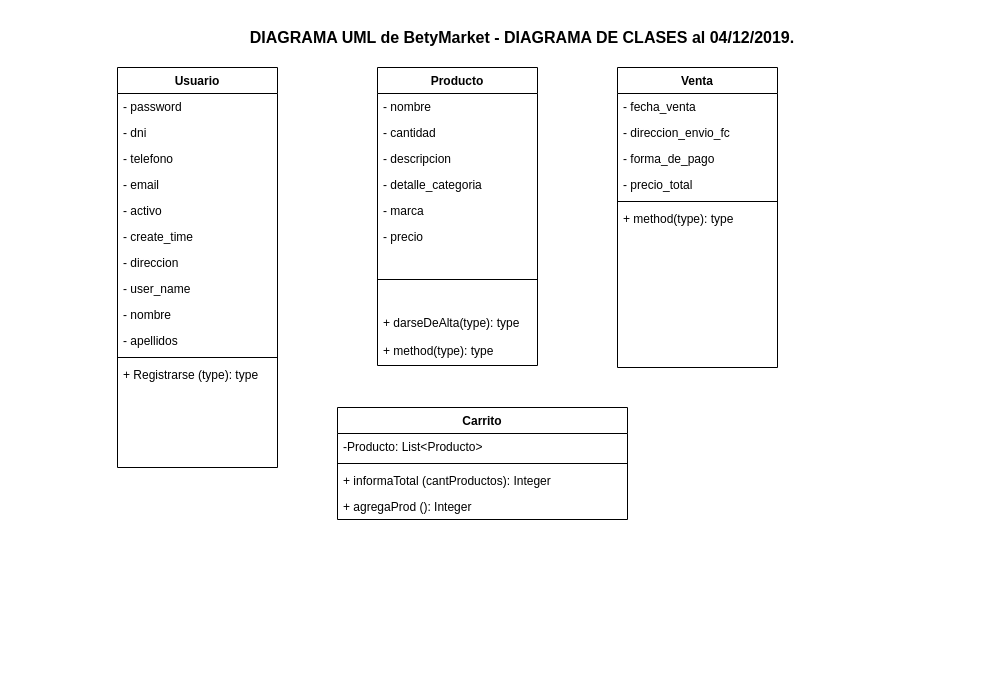
Earlier version of the draw.io diagram Diagrama UML BetyMarket.drawio (Neri23/BetyMarketJava). Source tidied: cells renumbered, new cells numbered last; positions are measured from the earlier drawing's top-left corner, leaving out a move shared by most shapes. Both pictures are drawn from the tidied source at 100%, with x=0, y=0 at pixel (117, 17).
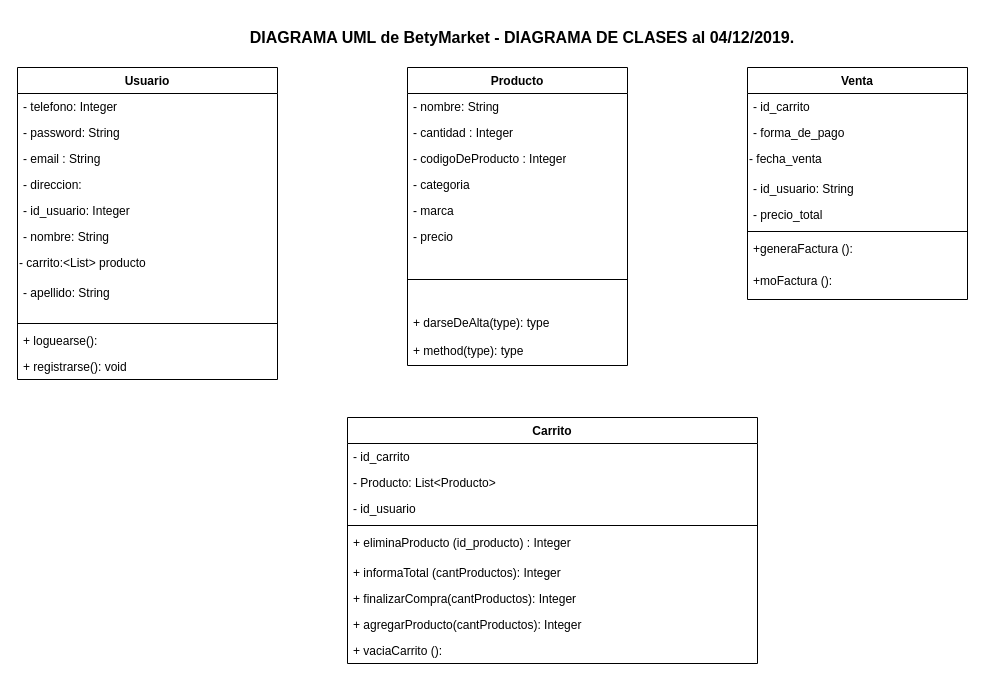
Above is the later version.

Change to the diagram source:
```diff
@@
     <mxCell id="3" value="Usuario" style="swimlane;fontStyle=1;align=center;verticalAlign=top;horizontal=1;startSize=26;" parent="1" vertex="1">
-      <mxGeometry y="50" width="160" height="400" as="geometry" />
+      <mxGeometry x="-100" y="50" width="260" height="312" as="geometry" />
     </mxCell>
+    <mxCell id="6" value="- telefono: Integer" style="text;html=1;strokeColor=none;fillColor=none;align=left;verticalAlign=top;spacingLeft=4;spacingRight=4;whiteSpace=wrap;overflow=hidden;" parent="3" vertex="1">
+      <mxGeometry y="26" width="260" height="26" as="geometry" />
+    </mxCell>
-    <mxCell id="4" value="- password" style="text;html=1;strokeColor=none;fillColor=none;align=left;verticalAlign=top;spacingLeft=4;spacingRight=4;whiteSpace=wrap;overflow=hidden;" parent="3" vertex="1">
-      <mxGeometry y="26" width="160" height="26" as="geometry" />
+    <mxCell id="4" value="- password: String" style="text;html=1;strokeColor=none;fillColor=none;align=left;verticalAlign=top;spacingLeft=4;spacingRight=4;whiteSpace=wrap;overflow=hidden;" parent="3" vertex="1">
+      <mxGeometry y="52" width="260" height="26" as="geometry" />
     </mxCell>
-    <mxCell id="5" value="- dni" style="text;html=1;strokeColor=none;fillColor=none;align=left;verticalAlign=top;spacingLeft=4;spacingRight=4;whiteSpace=wrap;overflow=hidden;" parent="3" vertex="1">
-      <mxGeometry y="52" width="160" height="26" as="geometry" />
-    </mxCell>
-    <mxCell id="6" value="- telefono" style="text;html=1;strokeColor=none;fillColor=none;align=left;verticalAlign=top;spacingLeft=4;spacingRight=4;whiteSpace=wrap;overflow=hidden;" parent="3" vertex="1">
-      <mxGeometry y="78" width="160" height="26" as="geometry" />
-    </mxCell>
-    <mxCell id="7" value="- email" style="text;html=1;strokeColor=none;fillColor=none;align=left;verticalAlign=top;spacingLeft=4;spacingRight=4;whiteSpace=wrap;overflow=hidden;" parent="3" vertex="1">
-      <mxGeometry y="104" width="160" height="26" as="geometry" />
+    <mxCell id="7" value="- email : String" style="text;html=1;strokeColor=none;fillColor=none;align=left;verticalAlign=top;spacingLeft=4;spacingRight=4;whiteSpace=wrap;overflow=hidden;" parent="3" vertex="1">
+      <mxGeometry y="78" width="260" height="26" as="geometry" />
     </mxCell>
-    <mxCell id="8" value="- activo" style="text;html=1;strokeColor=none;fillColor=none;align=left;verticalAlign=top;spacingLeft=4;spacingRight=4;whiteSpace=wrap;overflow=hidden;" parent="3" vertex="1">
-      <mxGeometry y="130" width="160" height="26" as="geometry" />
-    </mxCell>
-    <mxCell id="9" value="- create_time" style="text;html=1;strokeColor=none;fillColor=none;align=left;verticalAlign=top;spacingLeft=4;spacingRight=4;whiteSpace=wrap;overflow=hidden;" parent="3" vertex="1">
-      <mxGeometry y="156" width="160" height="26" as="geometry" />
-    </mxCell>
-    <mxCell id="10" value="- direccion" style="text;html=1;strokeColor=none;fillColor=none;align=left;verticalAlign=top;spacingLeft=4;spacingRight=4;whiteSpace=wrap;overflow=hidden;" parent="3" vertex="1">
-      <mxGeometry y="182" width="160" height="26" as="geometry" />
+    <mxCell id="10" value="- direccion:&amp;nbsp;" style="text;html=1;strokeColor=none;fillColor=none;align=left;verticalAlign=top;spacingLeft=4;spacingRight=4;whiteSpace=wrap;overflow=hidden;" parent="3" vertex="1">
+      <mxGeometry y="104" width="260" height="26" as="geometry" />
     </mxCell>
-    <mxCell id="11" value="- user_name" style="text;html=1;strokeColor=none;fillColor=none;align=left;verticalAlign=top;spacingLeft=4;spacingRight=4;whiteSpace=wrap;overflow=hidden;" parent="3" vertex="1">
-      <mxGeometry y="208" width="160" height="26" as="geometry" />
+    <mxCell id="11" value="- id_usuario: Integer" style="text;html=1;strokeColor=none;fillColor=none;align=left;verticalAlign=top;spacingLeft=4;spacingRight=4;whiteSpace=wrap;overflow=hidden;" parent="3" vertex="1">
+      <mxGeometry y="130" width="260" height="26" as="geometry" />
     </mxCell>
-    <mxCell id="12" value="- nombre" style="text;html=1;strokeColor=none;fillColor=none;align=left;verticalAlign=top;spacingLeft=4;spacingRight=4;whiteSpace=wrap;overflow=hidden;" parent="3" vertex="1">
-      <mxGeometry y="234" width="160" height="26" as="geometry" />
+    <mxCell id="12" value="- nombre: String" style="text;html=1;strokeColor=none;fillColor=none;align=left;verticalAlign=top;spacingLeft=4;spacingRight=4;whiteSpace=wrap;overflow=hidden;" parent="3" vertex="1">
+      <mxGeometry y="156" width="260" height="26" as="geometry" />
     </mxCell>
+    <mxCell id="38" value="- carrito:&amp;lt;List&amp;gt; producto" style="text;html=1;" parent="3" vertex="1">
+      <mxGeometry y="182" width="260" height="30" as="geometry" />
+    </mxCell>
-    <mxCell id="13" value="- apellidos" style="text;html=1;strokeColor=none;fillColor=none;align=left;verticalAlign=top;spacingLeft=4;spacingRight=4;whiteSpace=wrap;overflow=hidden;" parent="3" vertex="1">
-      <mxGeometry y="260" width="160" height="26" as="geometry" />
+    <mxCell id="13" value="- apellido: String&lt;br&gt;" style="text;html=1;strokeColor=none;fillColor=none;align=left;verticalAlign=top;spacingLeft=4;spacingRight=4;whiteSpace=wrap;overflow=hidden;" parent="3" vertex="1">
+      <mxGeometry y="212" width="260" height="40" as="geometry" />
     </mxCell>
     <mxCell id="14" style="line;strokeWidth=1;fillColor=none;align=left;verticalAlign=middle;spacingTop=-1;spacingLeft=3;spacingRight=3;labelPosition=right;" parent="3" vertex="1">
-      <mxGeometry y="286" width="160" height="8" as="geometry" />
+      <mxGeometry y="252" width="260" height="8" as="geometry" />
     </mxCell>
-    <mxCell id="15" value="+ Registrarse (type): type" style="text;strokeColor=none;fillColor=none;align=left;verticalAlign=top;spacingLeft=4;spacingRight=4;overflow=hidden;" parent="3" vertex="1">
-      <mxGeometry y="294" width="160" height="106" as="geometry" />
-    </mxCell>
+    <mxCell id="39" value="+ loguearse():" style="text;html=1;strokeColor=none;fillColor=none;align=left;verticalAlign=top;spacingLeft=4;spacingRight=4;whiteSpace=wrap;overflow=hidden;" parent="3" vertex="1">
+      <mxGeometry y="260" width="260" height="26" as="geometry" />
+    </mxCell>
+    <mxCell id="40" value="+ registrarse(): void" style="text;html=1;strokeColor=none;fillColor=none;align=left;verticalAlign=top;spacingLeft=4;spacingRight=4;whiteSpace=wrap;overflow=hidden;" parent="3" vertex="1">
+      <mxGeometry y="286" width="260" height="26" as="geometry" />
+    </mxCell>
     <mxCell id="16" value="Venta" style="swimlane;fontStyle=1;align=center;verticalAlign=top;horizontal=1;startSize=26;" parent="1" vertex="1">
-      <mxGeometry x="500" y="50" width="160" height="300" as="geometry" />
+      <mxGeometry x="630" y="50" width="220" height="232" as="geometry" />
     </mxCell>
-    <mxCell id="17" value="- fecha_venta" style="text;html=1;strokeColor=none;fillColor=none;align=left;verticalAlign=top;spacingLeft=4;spacingRight=4;whiteSpace=wrap;overflow=hidden;" parent="16" vertex="1">
-      <mxGeometry y="26" width="160" height="26" as="geometry" />
+    <mxCell id="17" value="- id_carrito" style="text;html=1;strokeColor=none;fillColor=none;align=left;verticalAlign=top;spacingLeft=4;spacingRight=4;whiteSpace=wrap;overflow=hidden;" parent="16" vertex="1">
+      <mxGeometry y="26" width="220" height="26" as="geometry" />
     </mxCell>
-    <mxCell id="18" value="- direccion_envio_fc" style="text;html=1;strokeColor=none;fillColor=none;align=left;verticalAlign=top;spacingLeft=4;spacingRight=4;whiteSpace=wrap;overflow=hidden;" parent="16" vertex="1">
-      <mxGeometry y="52" width="160" height="26" as="geometry" />
-    </mxCell>
     <mxCell id="19" value="- forma_de_pago" style="text;html=1;strokeColor=none;fillColor=none;align=left;verticalAlign=top;spacingLeft=4;spacingRight=4;whiteSpace=wrap;overflow=hidden;" parent="16" vertex="1">
-      <mxGeometry y="78" width="160" height="26" as="geometry" />
+      <mxGeometry y="52" width="220" height="26" as="geometry" />
     </mxCell>
+    <mxCell id="41" value="- fecha_venta" style="text;html=1;" parent="16" vertex="1">
+      <mxGeometry y="78" width="220" height="30" as="geometry" />
+    </mxCell>
+    <mxCell id="42" value="- id_usuario: String" style="text;html=1;strokeColor=none;fillColor=none;align=left;verticalAlign=top;spacingLeft=4;spacingRight=4;whiteSpace=wrap;overflow=hidden;" parent="16" vertex="1">
+      <mxGeometry y="108" width="220" height="26" as="geometry" />
+    </mxCell>
     <mxCell id="20" value="- precio_total" style="text;html=1;strokeColor=none;fillColor=none;align=left;verticalAlign=top;spacingLeft=4;spacingRight=4;whiteSpace=wrap;overflow=hidden;" parent="16" vertex="1">
-      <mxGeometry y="104" width="160" height="26" as="geometry" />
+      <mxGeometry y="134" width="220" height="26" as="geometry" />
     </mxCell>
     <mxCell id="21" style="line;strokeWidth=1;fillColor=none;align=left;verticalAlign=middle;spacingTop=-1;spacingLeft=3;spacingRight=3;labelPosition=right;" parent="16" vertex="1">
-      <mxGeometry y="130" width="160" height="8" as="geometry" />
+      <mxGeometry y="160" width="220" height="8" as="geometry" />
     </mxCell>
-    <mxCell id="22" value="+ method(type): type" style="text;strokeColor=none;fillColor=none;align=left;verticalAlign=top;spacingLeft=4;spacingRight=4;overflow=hidden;" parent="16" vertex="1">
-      <mxGeometry y="138" width="160" height="162" as="geometry" />
+    <mxCell id="22" value="+generaFactura (): " style="text;strokeColor=none;fillColor=none;align=left;verticalAlign=top;spacingLeft=4;spacingRight=4;overflow=hidden;" parent="16" vertex="1">
+      <mxGeometry y="168" width="220" height="32" as="geometry" />
     </mxCell>
+    <mxCell id="43" value="+moFactura (): " style="text;strokeColor=none;fillColor=none;align=left;verticalAlign=top;spacingLeft=4;spacingRight=4;overflow=hidden;" parent="16" vertex="1">
+      <mxGeometry y="200" width="220" height="32" as="geometry" />
+    </mxCell>
     <mxCell id="23" value="Producto" style="swimlane;fontStyle=1;align=center;verticalAlign=top;horizontal=1;startSize=26;" parent="1" vertex="1">
-      <mxGeometry x="260" y="50" width="160" height="298" as="geometry" />
+      <mxGeometry x="290" y="50" width="220" height="298" as="geometry" />
     </mxCell>
-    <mxCell id="24" value="- nombre" style="text;html=1;strokeColor=none;fillColor=none;align=left;verticalAlign=top;spacingLeft=4;spacingRight=4;whiteSpace=wrap;overflow=hidden;" parent="23" vertex="1">
-      <mxGeometry y="26" width="160" height="26" as="geometry" />
+    <mxCell id="24" value="- nombre: String" style="text;html=1;strokeColor=none;fillColor=none;align=left;verticalAlign=top;spacingLeft=4;spacingRight=4;whiteSpace=wrap;overflow=hidden;" parent="23" vertex="1">
+      <mxGeometry y="26" width="220" height="26" as="geometry" />
     </mxCell>
-    <mxCell id="25" value="- cantidad" style="text;html=1;strokeColor=none;fillColor=none;align=left;verticalAlign=top;spacingLeft=4;spacingRight=4;whiteSpace=wrap;overflow=hidden;" parent="23" vertex="1">
-      <mxGeometry y="52" width="160" height="26" as="geometry" />
+    <mxCell id="25" value="- cantidad : Integer" style="text;html=1;strokeColor=none;fillColor=none;align=left;verticalAlign=top;spacingLeft=4;spacingRight=4;whiteSpace=wrap;overflow=hidden;" parent="23" vertex="1">
+      <mxGeometry y="52" width="220" height="26" as="geometry" />
     </mxCell>
-    <mxCell id="26" value="- descripcion" style="text;html=1;strokeColor=none;fillColor=none;align=left;verticalAlign=top;spacingLeft=4;spacingRight=4;whiteSpace=wrap;overflow=hidden;" parent="23" vertex="1">
-      <mxGeometry y="78" width="160" height="26" as="geometry" />
+    <mxCell id="26" value="- codigoDeProducto : Integer" style="text;html=1;strokeColor=none;fillColor=none;align=left;verticalAlign=top;spacingLeft=4;spacingRight=4;whiteSpace=wrap;overflow=hidden;" parent="23" vertex="1">
+      <mxGeometry y="78" width="220" height="26" as="geometry" />
     </mxCell>
-    <mxCell id="27" value="- detalle_categoria" style="text;html=1;strokeColor=none;fillColor=none;align=left;verticalAlign=top;spacingLeft=4;spacingRight=4;whiteSpace=wrap;overflow=hidden;" parent="23" vertex="1">
-      <mxGeometry y="104" width="160" height="26" as="geometry" />
+    <mxCell id="27" value="- categoria" style="text;html=1;strokeColor=none;fillColor=none;align=left;verticalAlign=top;spacingLeft=4;spacingRight=4;whiteSpace=wrap;overflow=hidden;" parent="23" vertex="1">
+      <mxGeometry y="104" width="220" height="26" as="geometry" />
     </mxCell>
     <mxCell id="28" value="- marca" style="text;html=1;strokeColor=none;fillColor=none;align=left;verticalAlign=top;spacingLeft=4;spacingRight=4;whiteSpace=wrap;overflow=hidden;" parent="23" vertex="1">
-      <mxGeometry y="130" width="160" height="26" as="geometry" />
+      <mxGeometry y="130" width="220" height="26" as="geometry" />
     </mxCell>
     <mxCell id="29" value="- precio" style="text;html=1;strokeColor=none;fillColor=none;align=left;verticalAlign=top;spacingLeft=4;spacingRight=4;whiteSpace=wrap;overflow=hidden;" parent="23" vertex="1">
-      <mxGeometry y="156" width="160" height="26" as="geometry" />
+      <mxGeometry y="156" width="220" height="26" as="geometry" />
     </mxCell>
     <mxCell id="30" style="line;strokeWidth=1;fillColor=none;align=left;verticalAlign=middle;spacingTop=-1;spacingLeft=3;spacingRight=3;labelPosition=right;" parent="23" vertex="1">
-      <mxGeometry y="182" width="160" height="60" as="geometry" />
+      <mxGeometry y="182" width="220" height="60" as="geometry" />
     </mxCell>
     <mxCell id="31" value="+ darseDeAlta(type): type" style="text;strokeColor=none;fillColor=none;align=left;verticalAlign=top;spacingLeft=4;spacingRight=4;overflow=hidden;" parent="23" vertex="1">
-      <mxGeometry y="242" width="160" height="28" as="geometry" />
+      <mxGeometry y="242" width="220" height="28" as="geometry" />
     </mxCell>
     <mxCell id="32" value="+ method(type): type" style="text;strokeColor=none;fillColor=none;align=left;verticalAlign=top;spacingLeft=4;spacingRight=4;overflow=hidden;" parent="23" vertex="1">
-      <mxGeometry y="270" width="160" height="28" as="geometry" />
+      <mxGeometry y="270" width="220" height="28" as="geometry" />
     </mxCell>
     <mxCell id="33" value="Carrito" style="swimlane;fontStyle=1;align=center;verticalAlign=top;horizontal=1;startSize=26;" parent="1" vertex="1">
-      <mxGeometry x="220" y="390" width="290" height="112" as="geometry" />
+      <mxGeometry x="230" y="400" width="410" height="246" as="geometry" />
     </mxCell>
+    <mxCell id="44" value="- id_carrito" style="text;strokeColor=none;fillColor=none;align=left;verticalAlign=top;spacingLeft=4;spacingRight=4;overflow=hidden;" parent="33" vertex="1">
+      <mxGeometry y="26" width="410" height="26" as="geometry" />
+    </mxCell>
-    <mxCell id="34" value="-Producto: List&lt;Producto&gt;" style="text;strokeColor=none;fillColor=none;align=left;verticalAlign=top;spacingLeft=4;spacingRight=4;overflow=hidden;" parent="33" vertex="1">
-      <mxGeometry y="26" width="290" height="26" as="geometry" />
+    <mxCell id="34" value="- Producto: List&lt;Producto&gt;" style="text;strokeColor=none;fillColor=none;align=left;verticalAlign=top;spacingLeft=4;spacingRight=4;overflow=hidden;" parent="33" vertex="1">
+      <mxGeometry y="52" width="410" height="26" as="geometry" />
     </mxCell>
+    <mxCell id="45" value="- id_usuario" style="text;strokeColor=none;fillColor=none;align=left;verticalAlign=top;spacingLeft=4;spacingRight=4;overflow=hidden;" parent="33" vertex="1">
+      <mxGeometry y="78" width="410" height="26" as="geometry" />
+    </mxCell>
     <mxCell id="35" style="line;strokeWidth=1;fillColor=none;align=left;verticalAlign=middle;spacingTop=-1;spacingLeft=3;spacingRight=3;labelPosition=right;" parent="33" vertex="1">
-      <mxGeometry y="52" width="290" height="8" as="geometry" />
+      <mxGeometry y="104" width="410" height="8" as="geometry" />
     </mxCell>
+    <mxCell id="37" value="+ eliminaProducto (id_producto) : Integer" style="text;strokeColor=none;fillColor=none;align=left;verticalAlign=top;spacingLeft=4;spacingRight=4;overflow=hidden;" parent="33" vertex="1">
+      <mxGeometry y="112" width="410" height="30" as="geometry" />
+    </mxCell>
     <mxCell id="36" value="+ informaTotal (cantProductos): Integer" style="text;strokeColor=none;fillColor=none;align=left;verticalAlign=top;spacingLeft=4;spacingRight=4;overflow=hidden;" parent="33" vertex="1">
-      <mxGeometry y="60" width="290" height="26" as="geometry" />
+      <mxGeometry y="142" width="410" height="26" as="geometry" />
     </mxCell>
-    <mxCell id="37" value="+ agregaProd (): Integer" style="text;strokeColor=none;fillColor=none;align=left;verticalAlign=top;spacingLeft=4;spacingRight=4;overflow=hidden;" parent="33" vertex="1">
-      <mxGeometry y="86" width="290" height="26" as="geometry" />
-    </mxCell>
+    <mxCell id="46" value="+ finalizarCompra(cantProductos): Integer" style="text;strokeColor=none;fillColor=none;align=left;verticalAlign=top;spacingLeft=4;spacingRight=4;overflow=hidden;" parent="33" vertex="1">
+      <mxGeometry y="168" width="410" height="26" as="geometry" />
+    </mxCell>
+    <mxCell id="47" value="+ agregarProducto(cantProductos): Integer" style="text;strokeColor=none;fillColor=none;align=left;verticalAlign=top;spacingLeft=4;spacingRight=4;overflow=hidden;" parent="33" vertex="1">
+      <mxGeometry y="194" width="410" height="26" as="geometry" />
+    </mxCell>
+    <mxCell id="48" value="+ vaciaCarrito (): " style="text;strokeColor=none;fillColor=none;align=left;verticalAlign=top;spacingLeft=4;spacingRight=4;overflow=hidden;" parent="33" vertex="1">
+      <mxGeometry y="220" width="410" height="26" as="geometry" />
+    </mxCell>
```
